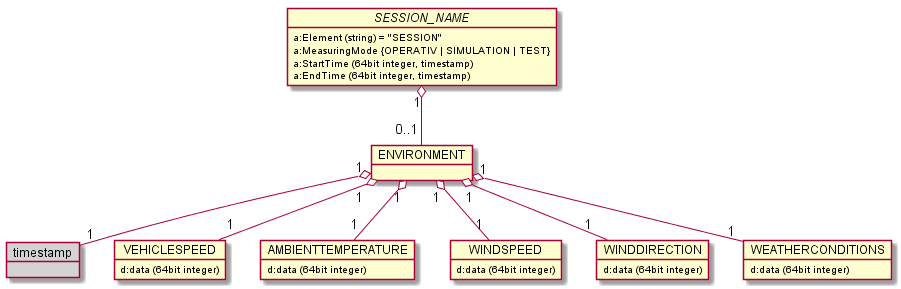
Above: images/generated/RCM_DX_Environment_overview.png in OpenRailAssociation/rcm-dx (PlantUML), before the change.
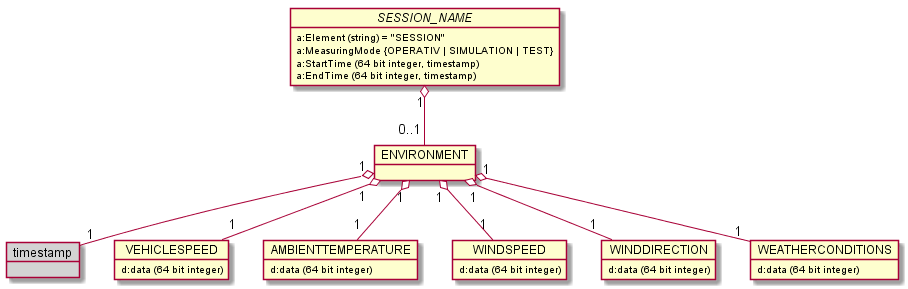
After the change.

The edit, as a diff of the source:
```diff
@@ -3,8 +3,8 @@
   object "//SESSION_NAME//" as session_name {
     a:Element (string) = "SESSION"
     a:MeasuringMode {OPERATIV | SIMULATION | TEST}
-    a:StartTime (64bit integer, timestamp)
-    a:EndTime (64bit integer, timestamp)
+    a:StartTime (64 bit integer, timestamp)
+    a:EndTime (64 bit integer, timestamp)
   }
 
   object ENVIRONMENT
@@ -12,23 +12,23 @@
   object timestamp #LightGray
 
   object VEHICLESPEED {
-    d:data (64bit integer)
+    d:data (64 bit integer)
   }
 
   object AMBIENTTEMPERATURE {
-    d:data (64bit integer)
+    d:data (64 bit integer)
   }
 
   object WINDSPEED {
-    d:data (64bit integer)
+    d:data (64 bit integer)
   }
 
   object WINDDIRECTION {
-    d:data (64bit integer)
+    d:data (64 bit integer)
   }
 
   object WEATHERCONDITIONS {
-    d:data (64bit integer)
+    d:data (64 bit integer)
   }
 
   session_name "1" o-- "0..1" ENVIRONMENT
```
